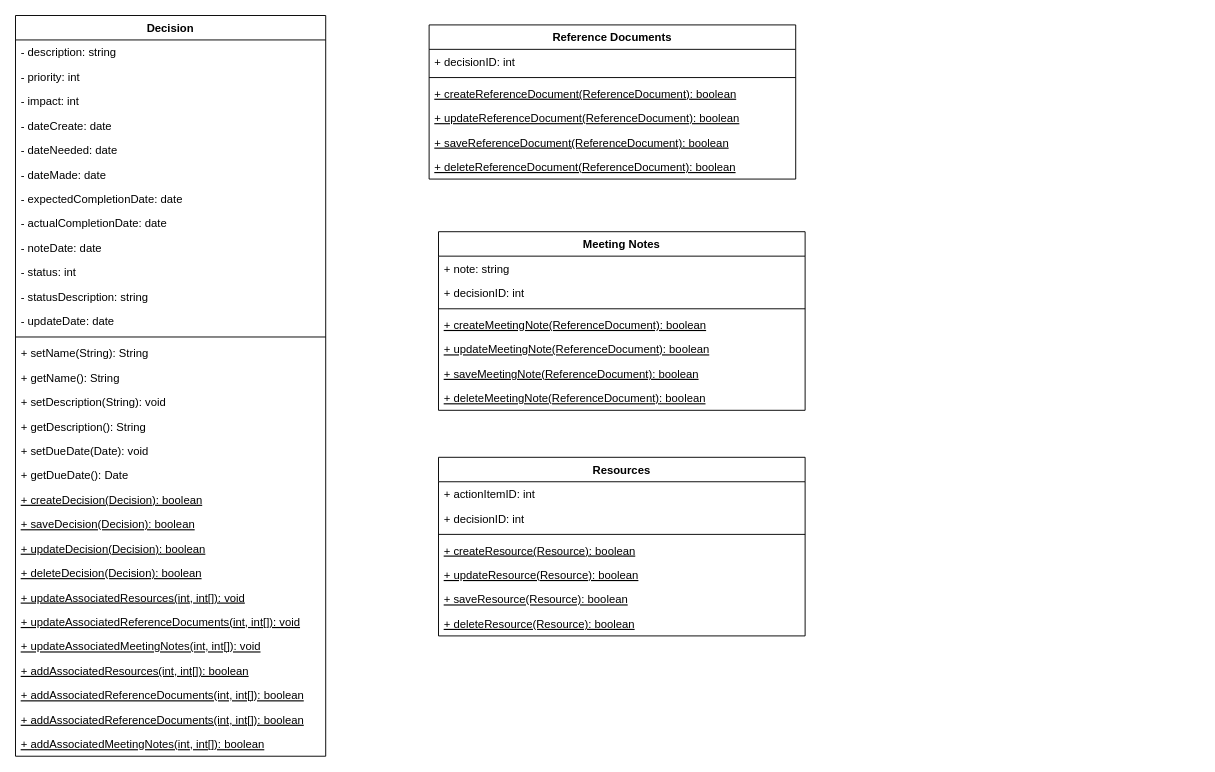
alicebalayan/comp380---project3 keeps this draw.io diagram as diagrams/umlAlice.drawio. Above is the earlier version. Source tidied: cells renumbered, new cells numbered last; positions are measured from the earlier drawing's top-left corner, leaving out a move shared by most shapes. Both pictures are drawn from the tidied source at 94%, with x=0, y=0 at pixel (15, 15).
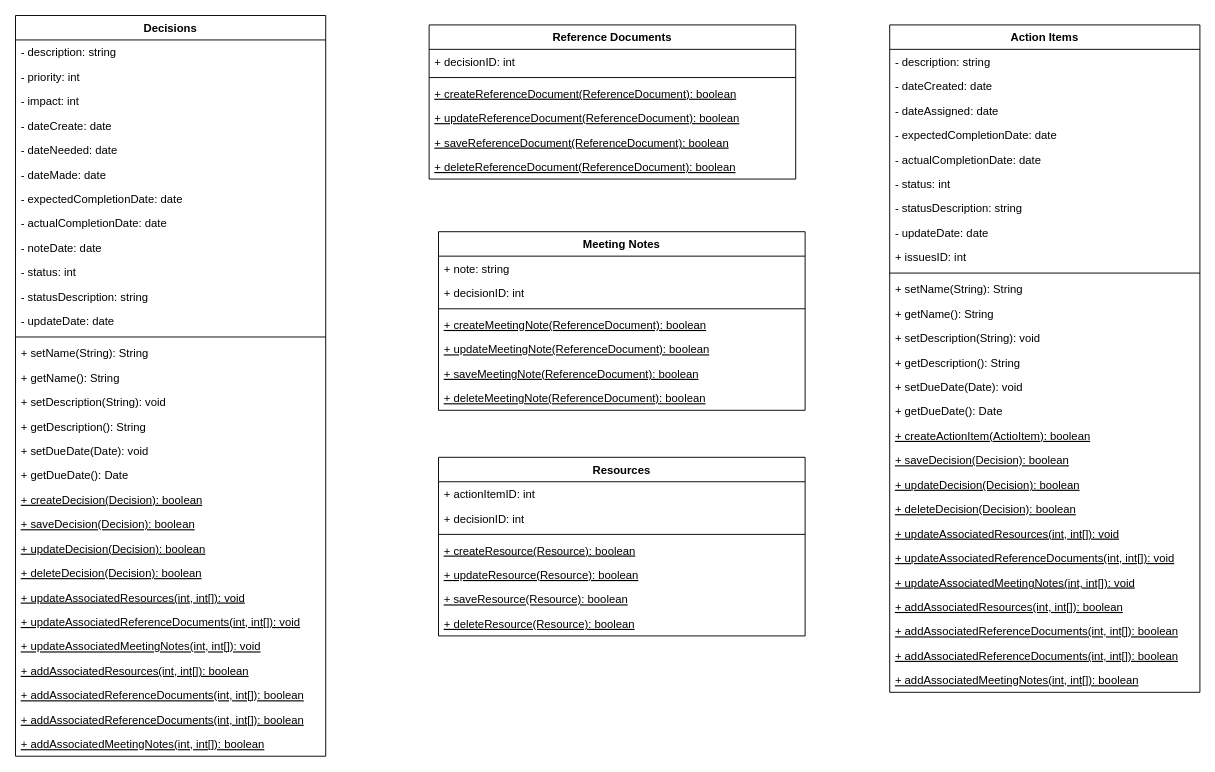
The same diagram, later.

Commit message:
Work in progress for Action Item

Change to the diagram source:
```diff
@@
-    <mxCell id="2" value="Decision" style="swimlane;fontStyle=1;align=center;verticalAlign=top;horizontal=1;startSize=26;" parent="1" vertex="1">
+    <mxCell id="2" value="Decisions" style="swimlane;fontStyle=1;align=center;verticalAlign=top;horizontal=1;startSize=26;" parent="1" vertex="1">
       <mxGeometry width="330" height="788" as="geometry" />
     </mxCell>
@@
+    <mxCell id="56" value="Action Items" style="swimlane;fontStyle=1;align=center;verticalAlign=top;horizontal=1;startSize=26;" parent="1" vertex="1">
+      <mxGeometry x="930" y="10" width="330" height="710" as="geometry" />
+    </mxCell>
+    <mxCell id="57" value="- description: string" style="text;strokeColor=none;fillColor=none;align=left;verticalAlign=top;spacingLeft=4;spacingRight=4;overflow=hidden;" parent="56" vertex="1">
+      <mxGeometry y="26" width="330" height="26" as="geometry" />
+    </mxCell>
+    <mxCell id="58" value="- dateCreated: date" style="text;strokeColor=none;fillColor=none;align=left;verticalAlign=top;spacingLeft=4;spacingRight=4;overflow=hidden;" parent="56" vertex="1">
+      <mxGeometry y="52" width="330" height="26" as="geometry" />
+    </mxCell>
+    <mxCell id="59" value="- dateAssigned: date" style="text;strokeColor=none;fillColor=none;align=left;verticalAlign=top;spacingLeft=4;spacingRight=4;overflow=hidden;" parent="56" vertex="1">
+      <mxGeometry y="78" width="330" height="26" as="geometry" />
+    </mxCell>
+    <mxCell id="60" value="- expectedCompletionDate: date&#10;" style="text;strokeColor=none;fillColor=none;align=left;verticalAlign=top;spacingLeft=4;spacingRight=4;overflow=hidden;" parent="56" vertex="1">
+      <mxGeometry y="104" width="330" height="26" as="geometry" />
+    </mxCell>
+    <mxCell id="61" value="- actualCompletionDate: date" style="text;strokeColor=none;fillColor=none;align=left;verticalAlign=top;spacingLeft=4;spacingRight=4;overflow=hidden;" parent="56" vertex="1">
+      <mxGeometry y="130" width="330" height="26" as="geometry" />
+    </mxCell>
+    <mxCell id="62" value="- status: int" style="text;strokeColor=none;fillColor=none;align=left;verticalAlign=top;spacingLeft=4;spacingRight=4;overflow=hidden;" parent="56" vertex="1">
+      <mxGeometry y="156" width="330" height="26" as="geometry" />
+    </mxCell>
+    <mxCell id="63" value="- statusDescription: string" style="text;strokeColor=none;fillColor=none;align=left;verticalAlign=top;spacingLeft=4;spacingRight=4;overflow=hidden;" parent="56" vertex="1">
+      <mxGeometry y="182" width="330" height="26" as="geometry" />
+    </mxCell>
+    <mxCell id="64" value="- updateDate: date" style="text;strokeColor=none;fillColor=none;align=left;verticalAlign=top;spacingLeft=4;spacingRight=4;overflow=hidden;" parent="56" vertex="1">
+      <mxGeometry y="208" width="330" height="26" as="geometry" />
+    </mxCell>
+    <mxCell id="65" value="+ issuesID: int" style="text;strokeColor=none;fillColor=none;align=left;verticalAlign=top;spacingLeft=4;spacingRight=4;overflow=hidden;" parent="56" vertex="1">
+      <mxGeometry y="234" width="330" height="26" as="geometry" />
+    </mxCell>
+    <mxCell id="66" style="line;strokeWidth=1;fillColor=none;align=left;verticalAlign=middle;spacingTop=-1;spacingLeft=3;spacingRight=3;labelPosition=right;" parent="56" vertex="1">
+      <mxGeometry y="260" width="330" height="8" as="geometry" />
+    </mxCell>
+    <mxCell id="67" value="+ setName(String): String" style="text;strokeColor=none;fillColor=none;align=left;verticalAlign=top;spacingLeft=4;spacingRight=4;overflow=hidden;" parent="56" vertex="1">
+      <mxGeometry y="268" width="330" height="26" as="geometry" />
+    </mxCell>
+    <mxCell id="68" value="+ getName(): String" style="text;strokeColor=none;fillColor=none;align=left;verticalAlign=top;spacingLeft=4;spacingRight=4;overflow=hidden;" parent="56" vertex="1">
+      <mxGeometry y="294" width="330" height="26" as="geometry" />
+    </mxCell>
+    <mxCell id="69" value="+ setDescription(String): void" style="text;strokeColor=none;fillColor=none;align=left;verticalAlign=top;spacingLeft=4;spacingRight=4;overflow=hidden;" parent="56" vertex="1">
+      <mxGeometry y="320" width="330" height="26" as="geometry" />
+    </mxCell>
+    <mxCell id="70" value="+ getDescription(): String" style="text;strokeColor=none;fillColor=none;align=left;verticalAlign=top;spacingLeft=4;spacingRight=4;overflow=hidden;" parent="56" vertex="1">
+      <mxGeometry y="346" width="330" height="26" as="geometry" />
+    </mxCell>
+    <mxCell id="71" value="+ setDueDate(Date): void" style="text;strokeColor=none;fillColor=none;align=left;verticalAlign=top;spacingLeft=4;spacingRight=4;overflow=hidden;" parent="56" vertex="1">
+      <mxGeometry y="372" width="330" height="26" as="geometry" />
+    </mxCell>
+    <mxCell id="72" value="+ getDueDate(): Date" style="text;strokeColor=none;fillColor=none;align=left;verticalAlign=top;spacingLeft=4;spacingRight=4;overflow=hidden;" parent="56" vertex="1">
+      <mxGeometry y="398" width="330" height="26" as="geometry" />
+    </mxCell>
+    <mxCell id="73" value="+ createActionItem(ActioItem): boolean" style="text;strokeColor=none;fillColor=none;align=left;verticalAlign=top;spacingLeft=4;spacingRight=4;overflow=hidden;fontStyle=4;" parent="56" vertex="1">
+      <mxGeometry y="424" width="330" height="26" as="geometry" />
+    </mxCell>
+    <mxCell id="74" value="+ saveDecision(Decision): boolean" style="text;strokeColor=none;fillColor=none;align=left;verticalAlign=top;spacingLeft=4;spacingRight=4;overflow=hidden;fontStyle=4;" parent="56" vertex="1">
+      <mxGeometry y="450" width="330" height="26" as="geometry" />
+    </mxCell>
+    <mxCell id="75" value="+ updateDecision(Decision): boolean" style="text;strokeColor=none;fillColor=none;align=left;verticalAlign=top;spacingLeft=4;spacingRight=4;overflow=hidden;fontStyle=4;" parent="56" vertex="1">
+      <mxGeometry y="476" width="330" height="26" as="geometry" />
+    </mxCell>
+    <mxCell id="76" value="+ deleteDecision(Decision): boolean" style="text;strokeColor=none;fillColor=none;align=left;verticalAlign=top;spacingLeft=4;spacingRight=4;overflow=hidden;fontStyle=4;" parent="56" vertex="1">
+      <mxGeometry y="502" width="330" height="26" as="geometry" />
+    </mxCell>
+    <mxCell id="77" value="+ updateAssociatedResources(int, int[]): void" style="text;strokeColor=none;fillColor=none;align=left;verticalAlign=top;spacingLeft=4;spacingRight=4;overflow=hidden;fontStyle=4;" parent="56" vertex="1">
+      <mxGeometry y="528" width="330" height="26" as="geometry" />
+    </mxCell>
+    <mxCell id="78" value="+ updateAssociatedReferenceDocuments(int, int[]): void" style="text;strokeColor=none;fillColor=none;align=left;verticalAlign=top;spacingLeft=4;spacingRight=4;overflow=hidden;fontStyle=4;" parent="56" vertex="1">
+      <mxGeometry y="554" width="330" height="26" as="geometry" />
+    </mxCell>
+    <mxCell id="79" value="+ updateAssociatedMeetingNotes(int, int[]): void" style="text;strokeColor=none;fillColor=none;align=left;verticalAlign=top;spacingLeft=4;spacingRight=4;overflow=hidden;fontStyle=4;" parent="56" vertex="1">
+      <mxGeometry y="580" width="330" height="26" as="geometry" />
+    </mxCell>
+    <mxCell id="80" value="+ addAssociatedResources(int, int[]): boolean" style="text;strokeColor=none;fillColor=none;align=left;verticalAlign=top;spacingLeft=4;spacingRight=4;overflow=hidden;fontStyle=4;" parent="56" vertex="1">
+      <mxGeometry y="606" width="330" height="26" as="geometry" />
+    </mxCell>
+    <mxCell id="81" value="+ addAssociatedReferenceDocuments(int, int[]): boolean" style="text;strokeColor=none;fillColor=none;align=left;verticalAlign=top;spacingLeft=4;spacingRight=4;overflow=hidden;fontStyle=4;" parent="56" vertex="1">
+      <mxGeometry y="632" width="330" height="26" as="geometry" />
+    </mxCell>
+    <mxCell id="82" value="+ addAssociatedReferenceDocuments(int, int[]): boolean" style="text;strokeColor=none;fillColor=none;align=left;verticalAlign=top;spacingLeft=4;spacingRight=4;overflow=hidden;fontStyle=4;" parent="56" vertex="1">
+      <mxGeometry y="658" width="330" height="26" as="geometry" />
+    </mxCell>
+    <mxCell id="83" value="+ addAssociatedMeetingNotes(int, int[]): boolean" style="text;strokeColor=none;fillColor=none;align=left;verticalAlign=top;spacingLeft=4;spacingRight=4;overflow=hidden;fontStyle=4;" parent="56" vertex="1">
+      <mxGeometry y="684" width="330" height="26" as="geometry" />
+    </mxCell>
```
